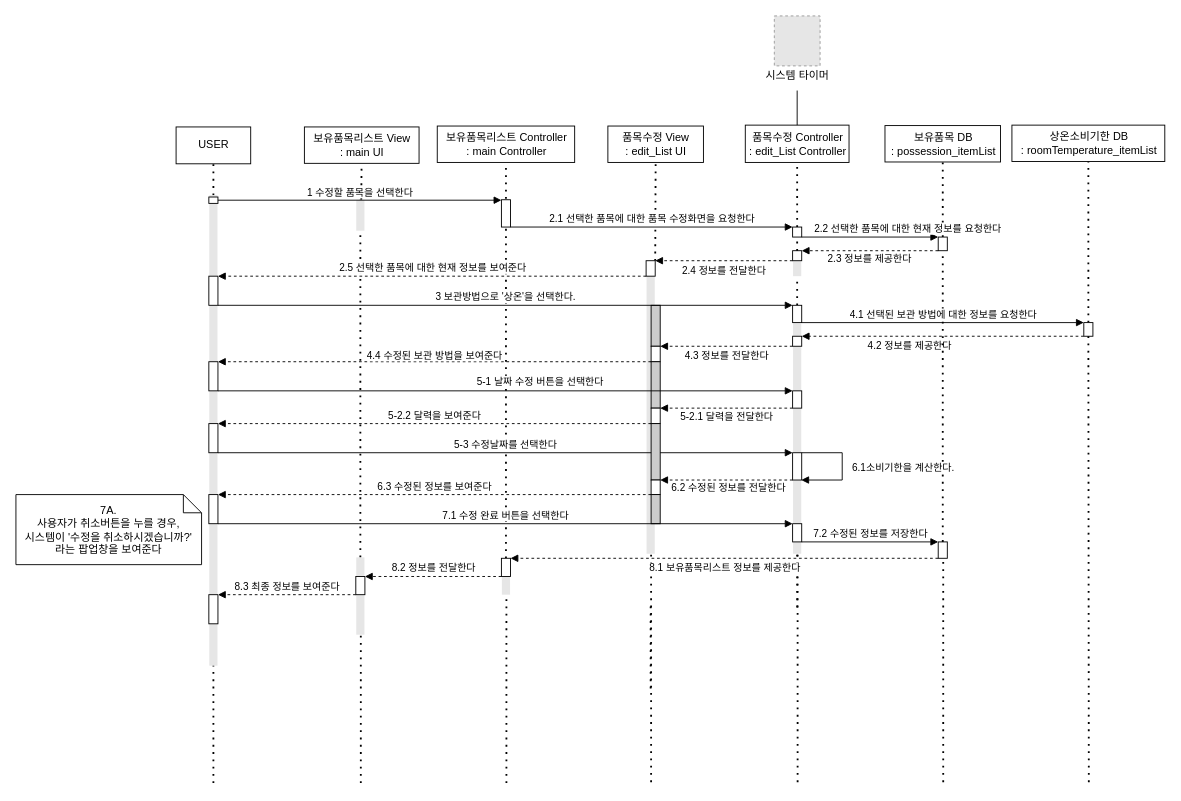
Above: Weekly Progress/10주차(구조발표)/diagram/SequenceDiagram(수정_기본흐름)_최종.drawio in LumiereKANG/SW_development (draw.io), before the change. Source tidied: cells renumbered, new cells numbered last; positions are measured from the earlier drawing's top-left corner, leaving out a move shared by most shapes. Both pictures are drawn from the tidied source at 91%, with x=0, y=0 at pixel (15, 15). Pictures stored in the file or linked from it are replaced by grey dashed boxes.
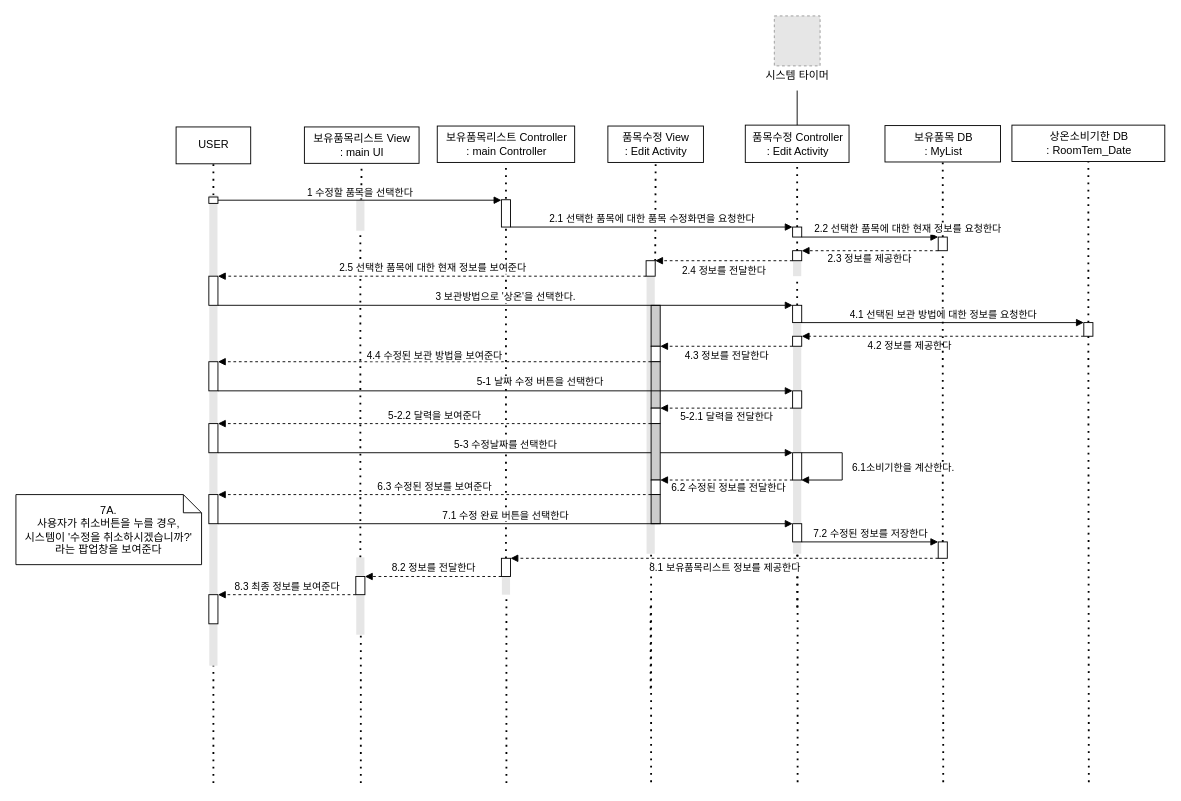
Above is the later version.

The edit, as a diff of the source:
```diff
@@
-    <mxCell id="9" value="품목수정 View&lt;br&gt;: edit_List UI" style="html=1;" parent="1" vertex="1">
+    <mxCell id="9" value="품목수정 View&lt;br&gt;: Edit Activity" style="html=1;" parent="1" vertex="1">
       <mxGeometry x="650.5" y="121" width="105" height="40" as="geometry" />
     </mxCell>
-    <mxCell id="10" value="품목수정&amp;nbsp;Controller&lt;br&gt;: edit_List Controller" style="html=1;" parent="1" vertex="1">
+    <mxCell id="10" value="품목수정&amp;nbsp;Controller&lt;br&gt;: Edit Activity" style="html=1;" parent="1" vertex="1">
       <mxGeometry x="801.5" y="120" width="114" height="41" as="geometry" />
     </mxCell>
-    <mxCell id="11" value="보유품목 DB&lt;br&gt;: possession_itemList" style="html=1;" parent="1" vertex="1">
+    <mxCell id="11" value="보유품목 DB&lt;br&gt;: MyList" style="html=1;" parent="1" vertex="1">
       <mxGeometry x="955" y="120.5" width="127" height="40" as="geometry" />
     </mxCell>
-    <mxCell id="12" value="상온소비기한 DB&lt;br&gt;: roomTemperature_itemList" style="html=1;" parent="1" vertex="1">
+    <mxCell id="12" value="상온소비기한 DB&lt;br&gt;: RoomTem_Date" style="html=1;" parent="1" vertex="1">
       <mxGeometry x="1094.5" y="120" width="168" height="40" as="geometry" />
     </mxCell>
```
